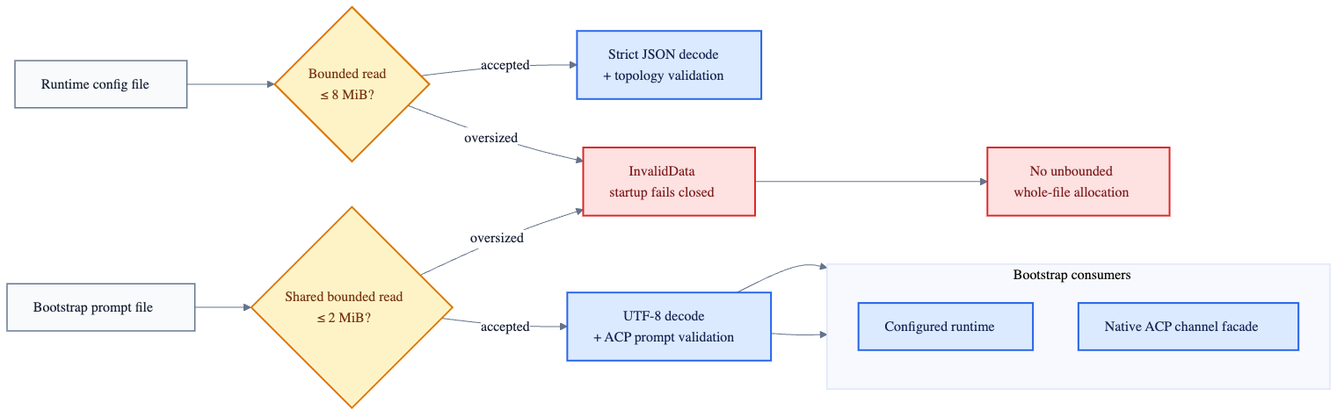
Above: v2/docs/startup-input-boundary.png in fontanierh/crab (Mermaid), before the change. Its source is kept beside it as v2/docs/startup-input-boundary.mmd. Source of this version:
```mermaid
%%{init: {"theme": "base", "themeVariables": {"fontFamily": "ui-sans-serif, system-ui, sans-serif", "primaryTextColor": "#172033", "lineColor": "#64748b", "edgeLabelBackground": "#ffffff"}, "flowchart": {"curve": "basis", "nodeSpacing": 52, "rankSpacing": 64}}}%%
flowchart LR
    CONFIG["Runtime config file"]
    BOOTSTRAP["Bootstrap prompt file"]

    CONFIG_LIMIT{"Bounded read<br/>≤ 8 MiB?"}
    BOOTSTRAP_LIMIT{"Shared bounded read<br/>≤ 2 MiB?"}

    DECODE["Strict JSON decode<br/>+ topology validation"]
    UTF8["UTF-8 decode<br/>+ ACP prompt validation"]

    subgraph CONSUMERS["Bootstrap consumers"]
        direction TB
        RUNTIME["Configured runtime"]
        FACADE["Native ACP channel facade"]
    end

    REJECT["InvalidData<br/>startup fails closed"]
    SAFE["No unbounded<br/>whole-file allocation"]

    CONFIG --> CONFIG_LIMIT
    BOOTSTRAP --> BOOTSTRAP_LIMIT
    CONFIG_LIMIT -->|"accepted"| DECODE
    BOOTSTRAP_LIMIT -->|"accepted"| UTF8
    UTF8 --> RUNTIME
    UTF8 --> FACADE
    CONFIG_LIMIT -->|"oversized"| REJECT
    BOOTSTRAP_LIMIT -->|"oversized"| REJECT
    REJECT --> SAFE

    classDef source fill:#f8fafc,stroke:#64748b,stroke-width:1.5px,color:#172033;
    classDef boundary fill:#fef3c7,stroke:#d97706,stroke-width:2px,color:#78350f;
    classDef accepted fill:#dbeafe,stroke:#2563eb,stroke-width:2px,color:#172554;
    classDef failure fill:#fee2e2,stroke:#dc2626,stroke-width:2px,color:#7f1d1d;

    class CONFIG,BOOTSTRAP source;
    class CONFIG_LIMIT,BOOTSTRAP_LIMIT boundary;
    class DECODE,UTF8,RUNTIME,FACADE accepted;
    class REJECT,SAFE failure;
```
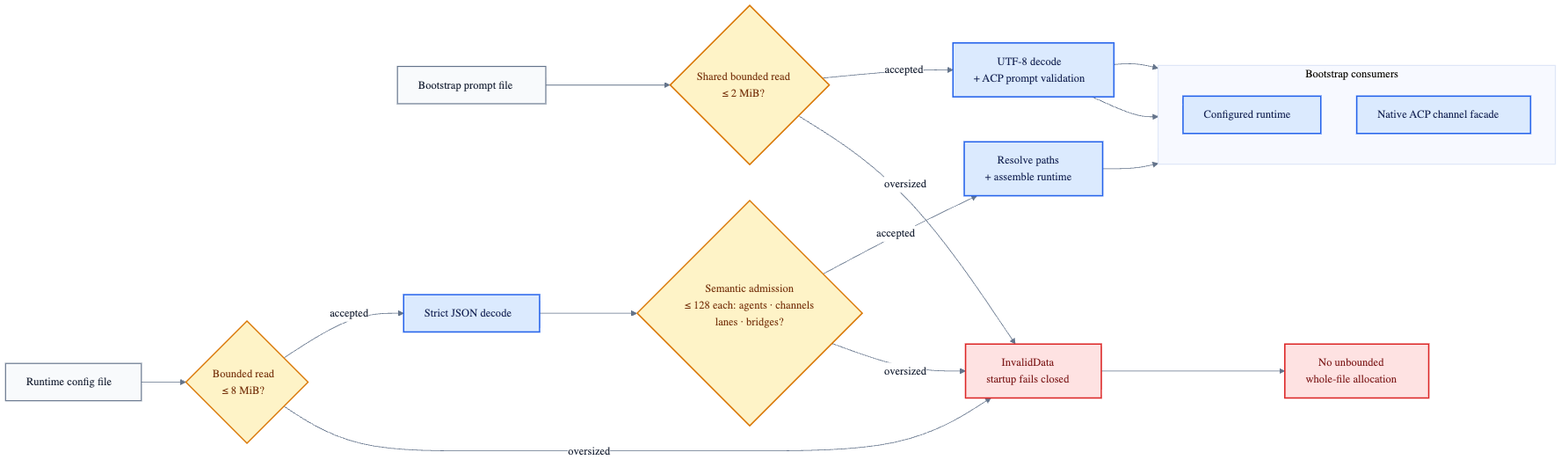
After the change.

Commit message:
docs(v2): map runtime topology admission (#379)

Diff of the diagram source:
```diff
@@ -4,9 +4,11 @@
     BOOTSTRAP["Bootstrap prompt file"]
 
     CONFIG_LIMIT{"Bounded read<br/>≤ 8 MiB?"}
+    TOPOLOGY_LIMIT{"Semantic admission<br/>≤ 128 each: agents · channels<br/>lanes · bridges?"}
     BOOTSTRAP_LIMIT{"Shared bounded read<br/>≤ 2 MiB?"}
 
-    DECODE["Strict JSON decode<br/>+ topology validation"]
+    DECODE["Strict JSON decode"]
+    EXPAND["Resolve paths<br/>+ assemble runtime"]
     UTF8["UTF-8 decode<br/>+ ACP prompt validation"]
 
     subgraph CONSUMERS["Bootstrap consumers"]
@@ -20,11 +22,14 @@
 
     CONFIG --> CONFIG_LIMIT
     BOOTSTRAP --> BOOTSTRAP_LIMIT
-    CONFIG_LIMIT -->|"accepted"| DECODE
+    CONFIG_LIMIT -->|"accepted"| DECODE --> TOPOLOGY_LIMIT
+    TOPOLOGY_LIMIT -->|"accepted"| EXPAND
+    EXPAND --> RUNTIME
     BOOTSTRAP_LIMIT -->|"accepted"| UTF8
     UTF8 --> RUNTIME
     UTF8 --> FACADE
     CONFIG_LIMIT -->|"oversized"| REJECT
+    TOPOLOGY_LIMIT -->|"oversized"| REJECT
     BOOTSTRAP_LIMIT -->|"oversized"| REJECT
     REJECT --> SAFE
 
@@ -34,6 +39,6 @@
     classDef failure fill:#fee2e2,stroke:#dc2626,stroke-width:2px,color:#7f1d1d;
 
     class CONFIG,BOOTSTRAP source;
-    class CONFIG_LIMIT,BOOTSTRAP_LIMIT boundary;
-    class DECODE,UTF8,RUNTIME,FACADE accepted;
+    class CONFIG_LIMIT,TOPOLOGY_LIMIT,BOOTSTRAP_LIMIT boundary;
+    class DECODE,EXPAND,UTF8,RUNTIME,FACADE accepted;
     class REJECT,SAFE failure;
```
